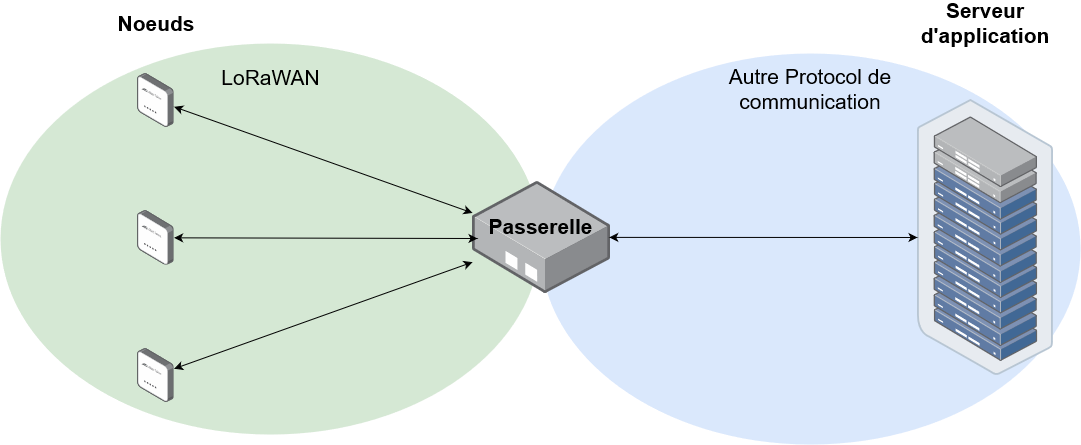
ptanguy/LoRaWAN_securise keeps this draw.io diagram as Docs/Schema_techniques/Schema_LoRaWAN.png. Above is the earlier version. Source tidied: cells renumbered, new cells last; positions are measured from the earlier drawing's top-left corner, leaving out a move shared by most shapes.
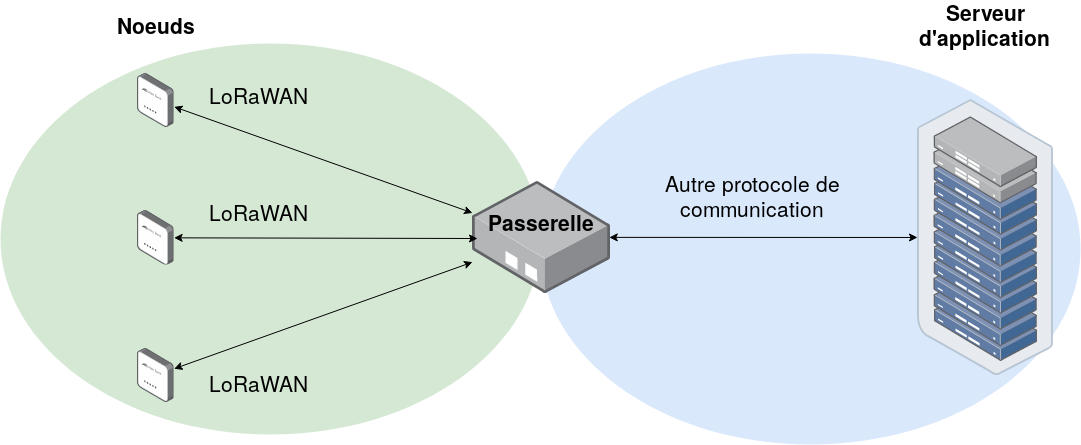
The same diagram one commit later.

Change to the diagram source:
```diff
@@ -38,13 +38,13 @@
       <mxGeometry relative="1" as="geometry" />
     </mxCell>
     <mxCell id="13" value="&lt;font style=&quot;font-size: 21px&quot;&gt;LoRaWAN&lt;/font&gt;" style="text;html=1;strokeColor=none;fillColor=none;align=center;verticalAlign=middle;whiteSpace=wrap;rounded=0;" parent="1" vertex="1">
-      <mxGeometry x="220" y="44" width="100" height="41" as="geometry" />
+      <mxGeometry x="207" y="176" width="100" height="41" as="geometry" />
     </mxCell>
     <mxCell id="14" value="&lt;b&gt;&lt;font style=&quot;font-size: 21px&quot;&gt;Passerelle&lt;/font&gt;&lt;/b&gt;" style="text;html=1;strokeColor=none;fillColor=none;align=center;verticalAlign=middle;whiteSpace=wrap;rounded=0;" parent="1" vertex="1">
-      <mxGeometry x="481.5" y="203" width="117" height="20" as="geometry" />
+      <mxGeometry x="481.5" y="197" width="117" height="20" as="geometry" />
     </mxCell>
-    <mxCell id="15" value="&lt;font style=&quot;font-size: 21px&quot;&gt;Autre Protocol de communication&lt;/font&gt;" style="text;html=1;strokeColor=none;fillColor=none;align=center;verticalAlign=middle;whiteSpace=wrap;rounded=0;" parent="1" vertex="1">
-      <mxGeometry x="715" y="49" width="190" height="54" as="geometry" />
+    <mxCell id="15" value="&lt;font style=&quot;font-size: 21px&quot;&gt;Autre protocole de communication&lt;/font&gt;" style="text;html=1;strokeColor=none;fillColor=none;align=center;verticalAlign=middle;whiteSpace=wrap;rounded=0;" parent="1" vertex="1">
+      <mxGeometry x="657" y="153" width="190" height="54" as="geometry" />
     </mxCell>
     <mxCell id="16" value="&lt;b&gt;&lt;font style=&quot;font-size: 21px&quot;&gt;Noeuds&lt;/font&gt;&lt;/b&gt;" style="text;html=1;strokeColor=none;fillColor=none;align=center;verticalAlign=middle;whiteSpace=wrap;rounded=0;" parent="1" vertex="1">
       <mxGeometry x="135" width="40" height="20" as="geometry" />
@@ -52,5 +52,11 @@
     <mxCell id="17" value="&lt;b&gt;&lt;font style=&quot;font-size: 21px&quot;&gt;Serveur d'application&lt;br&gt;&lt;/font&gt;&lt;/b&gt;" style="text;html=1;strokeColor=none;fillColor=none;align=center;verticalAlign=middle;whiteSpace=wrap;rounded=0;" parent="1" vertex="1">
       <mxGeometry x="965" width="40" height="20" as="geometry" />
     </mxCell>
+    <mxCell id="18" value="&lt;font style=&quot;font-size: 21px&quot;&gt;LoRaWAN&lt;/font&gt;" style="text;html=1;strokeColor=none;fillColor=none;align=center;verticalAlign=middle;whiteSpace=wrap;rounded=0;" parent="1" vertex="1">
+      <mxGeometry x="207" y="58.5" width="100" height="41" as="geometry" />
+    </mxCell>
+    <mxCell id="19" value="&lt;font style=&quot;font-size: 21px&quot;&gt;LoRaWAN&lt;/font&gt;" style="text;html=1;strokeColor=none;fillColor=none;align=center;verticalAlign=middle;whiteSpace=wrap;rounded=0;" parent="1" vertex="1">
+      <mxGeometry x="207" y="347" width="100" height="41" as="geometry" />
+    </mxCell>
   </root>
 </mxGraphModel>
```
